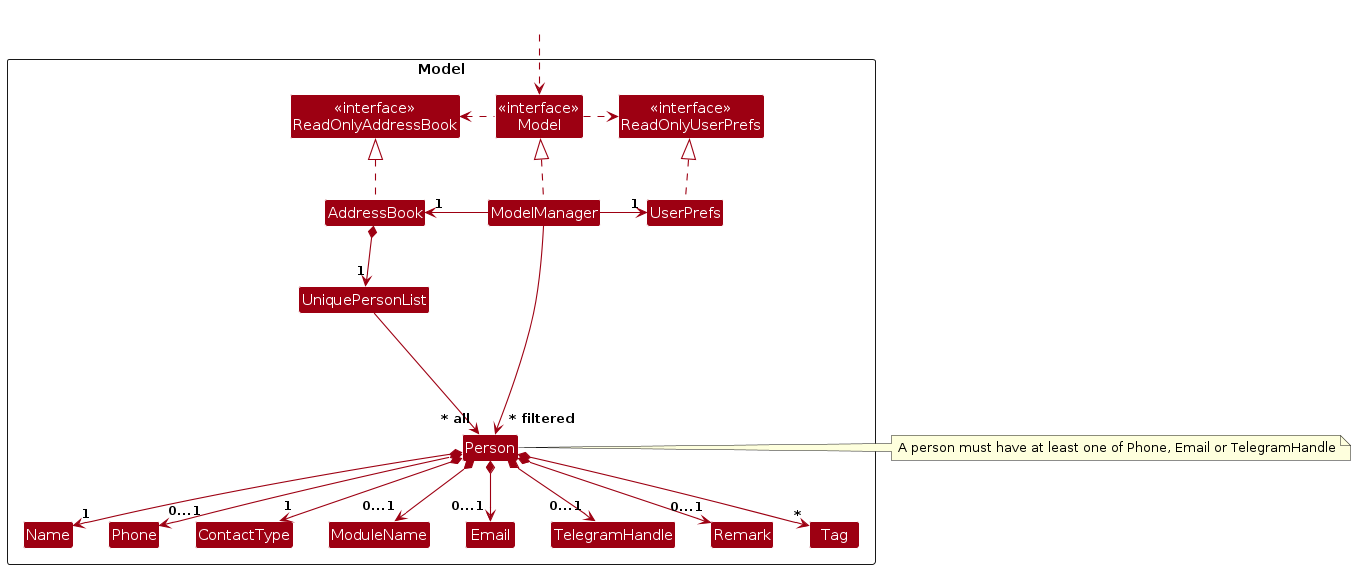
SlothyCat/tp keeps this PlantUML diagram as diagrams/ModelClassDiagram.png. Above is the earlier version. Its source is kept beside it as diagrams/ModelClassDiagram.puml.
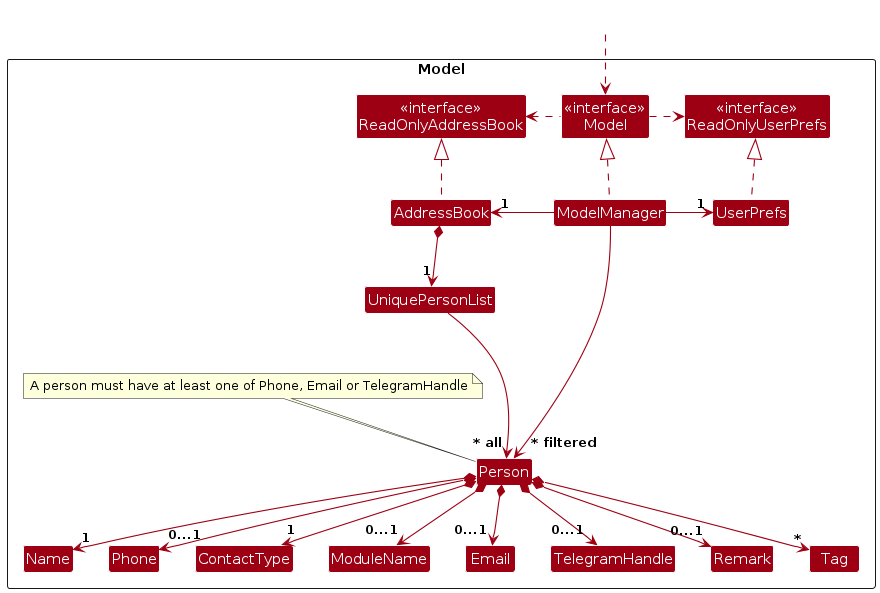
The same file after the commit.

What changed in the source:
```diff
@@ -22,6 +22,8 @@
 Class TelegramHandle
 Class Remark
 Class Tag
+
+note "A person must have at least one of Phone, Email or TelegramHandle" as N2
 
 Class I #FFFFFF
 }
@@ -56,7 +58,6 @@
 
 ModelManager --> "~* filtered" Person
 
-note right of Person
-    A person must have at least one of Phone, Email or TelegramHandle
-end note
+
+N2 .. Person
 @enduml
```
